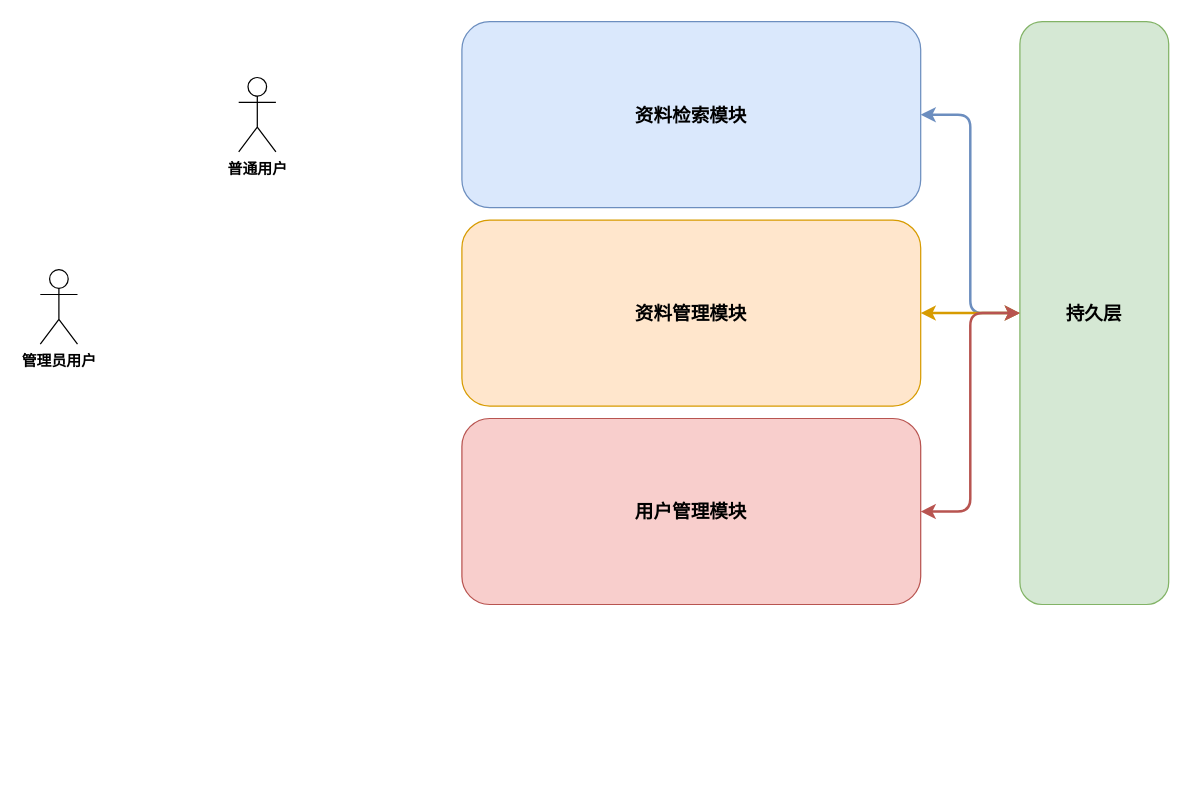
The draw.io diagram GraduationDesign/架构.drawio in HoA-W/drawio, before the edit. Source tidied: cells renumbered, new cells numbered last; positions are measured from the earlier drawing's top-left corner, leaving out a move shared by most shapes. Both pictures are drawn from the tidied source at 124%, with x=0, y=0 at pixel (40, 21).
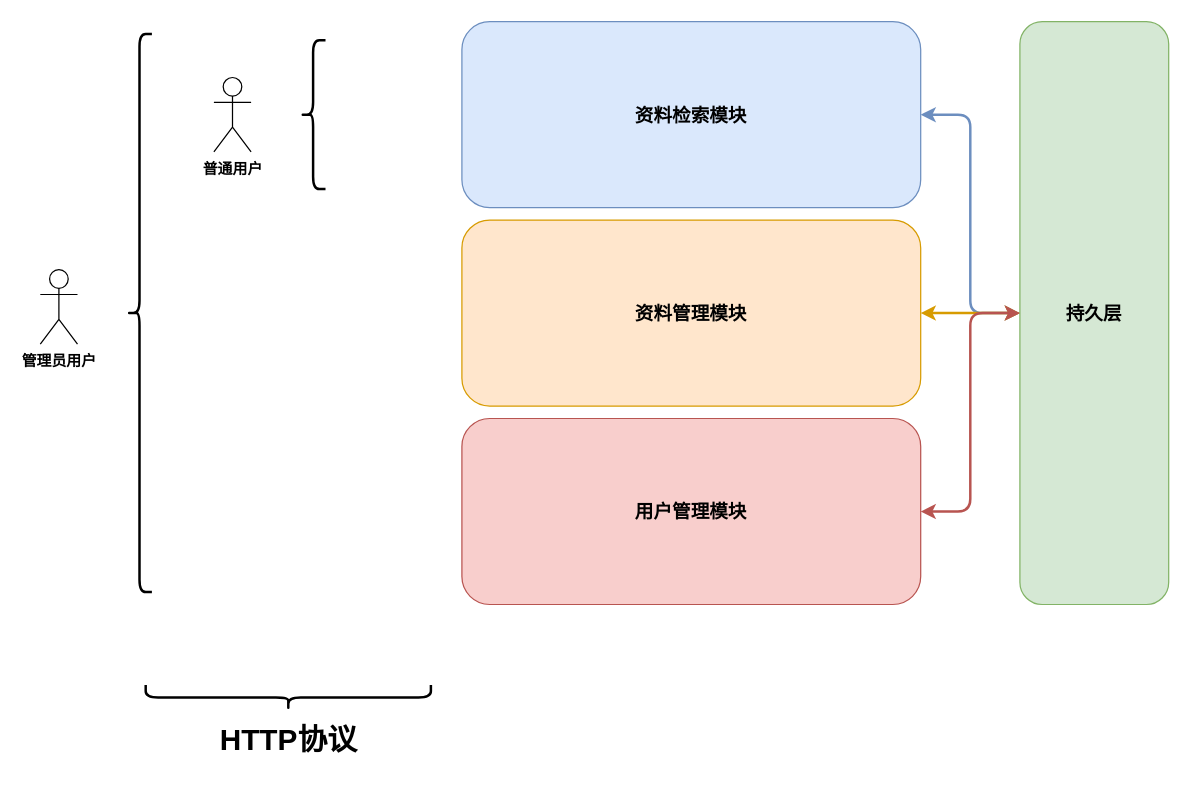
The same diagram, later.

Change to the diagram source:
```diff
@@
 <mxGraphModel>
   <root>
     <mxCell id="0" />
     <mxCell id="1" parent="0" />
     <mxCell id="2" style="edgeStyle=orthogonalEdgeStyle;rounded=1;jettySize=auto;html=1;exitX=1;exitY=0.5;exitDx=0;exitDy=0;strokeWidth=2;fillColor=#dae8fc;strokeColor=#6c8ebf;startArrow=classic;startFill=1;" parent="1" edge="1" source="3" target="6">
       <mxGeometry relative="1" as="geometry" />
     </mxCell>
     <mxCell id="3" value="&lt;font style=&quot;font-size: 15px&quot;&gt;&lt;b&gt;资料检索模块&lt;/b&gt;&lt;/font&gt;" style="rounded=1;whiteSpace=wrap;html=1;fillColor=#dae8fc;strokeColor=#6c8ebf;" parent="1" vertex="1">
       <mxGeometry x="340" width="370" height="150" as="geometry" />
     </mxCell>
     <mxCell id="4" style="edgeStyle=orthogonalEdgeStyle;rounded=1;jettySize=auto;html=1;exitX=1;exitY=0.5;exitDx=0;exitDy=0;entryX=0;entryY=0.5;entryDx=0;entryDy=0;strokeWidth=2;fillColor=#ffe6cc;strokeColor=#d79b00;startArrow=classic;startFill=1;" parent="1" edge="1" source="5" target="6">
       <mxGeometry relative="1" as="geometry" />
     </mxCell>
     <mxCell id="5" value="&lt;font style=&quot;font-size: 15px&quot;&gt;&lt;b&gt;资料管理模块&lt;/b&gt;&lt;/font&gt;" style="rounded=1;whiteSpace=wrap;html=1;fillColor=#ffe6cc;strokeColor=#d79b00;" parent="1" vertex="1">
       <mxGeometry x="340" y="160" width="370" height="150" as="geometry" />
     </mxCell>
     <mxCell id="6" value="&lt;b&gt;&lt;font style=&quot;font-size: 15px&quot;&gt;持久层&lt;/font&gt;&lt;/b&gt;" style="rounded=1;whiteSpace=wrap;html=1;fillColor=#d5e8d4;strokeColor=#82b366;" parent="1" vertex="1">
       <mxGeometry x="790" width="120" height="470" as="geometry" />
     </mxCell>
     <mxCell id="7" style="edgeStyle=orthogonalEdgeStyle;rounded=1;jettySize=auto;html=1;exitX=1;exitY=0.5;exitDx=0;exitDy=0;entryX=0;entryY=0.5;entryDx=0;entryDy=0;strokeWidth=2;fillColor=#f8cecc;strokeColor=#b85450;startArrow=classic;startFill=1;" parent="1" edge="1" source="8" target="6">
       <mxGeometry relative="1" as="geometry" />
     </mxCell>
     <mxCell id="8" value="&lt;font style=&quot;font-size: 15px&quot;&gt;&lt;b&gt;用户管理模块&lt;/b&gt;&lt;/font&gt;" style="rounded=1;whiteSpace=wrap;html=1;fillColor=#f8cecc;strokeColor=#b85450;" parent="1" vertex="1">
       <mxGeometry x="340" y="320" width="370" height="150" as="geometry" />
     </mxCell>
     <mxCell id="9" value="&lt;b&gt;普通用户&lt;/b&gt;" style="shape=umlActor;verticalLabelPosition=bottom;verticalAlign=top;html=1;" parent="1" vertex="1">
-      <mxGeometry x="160" y="45" width="30" height="60" as="geometry" />
+      <mxGeometry x="140" y="45" width="30" height="60" as="geometry" />
     </mxCell>
     <mxCell id="10" value="&lt;b&gt;管理员用户&lt;/b&gt;" style="shape=umlActor;verticalLabelPosition=bottom;verticalAlign=top;html=1;" parent="1" vertex="1">
       <mxGeometry y="200" width="30" height="60" as="geometry" />
     </mxCell>
+    <mxCell id="11" style="shape=curlyBracket;whiteSpace=wrap;html=1;rounded=1;strokeWidth=2;" parent="1" vertex="1">
+      <mxGeometry x="210" y="15" width="20" height="120" as="geometry" />
+    </mxCell>
+    <mxCell id="12" style="shape=curlyBracket;whiteSpace=wrap;html=1;rounded=1;strokeWidth=2;" parent="1" vertex="1">
+      <mxGeometry x="70" y="10" width="20" height="450" as="geometry" />
+    </mxCell>
+    <mxCell id="13" style="shape=curlyBracket;whiteSpace=wrap;html=1;rounded=1;flipH=1;strokeWidth=2;rotation=90;" parent="1" vertex="1">
+      <mxGeometry x="190" y="430" width="20" height="230" as="geometry" />
+    </mxCell>
+    <mxCell id="14" value="HTTP协议" style="text;strokeColor=none;fillColor=none;html=1;fontSize=24;fontStyle=1;verticalAlign=middle;align=center;" parent="1" vertex="1">
+      <mxGeometry x="150" y="560" width="100" height="40" as="geometry" />
+    </mxCell>
   </root>
 </mxGraphModel>
```
